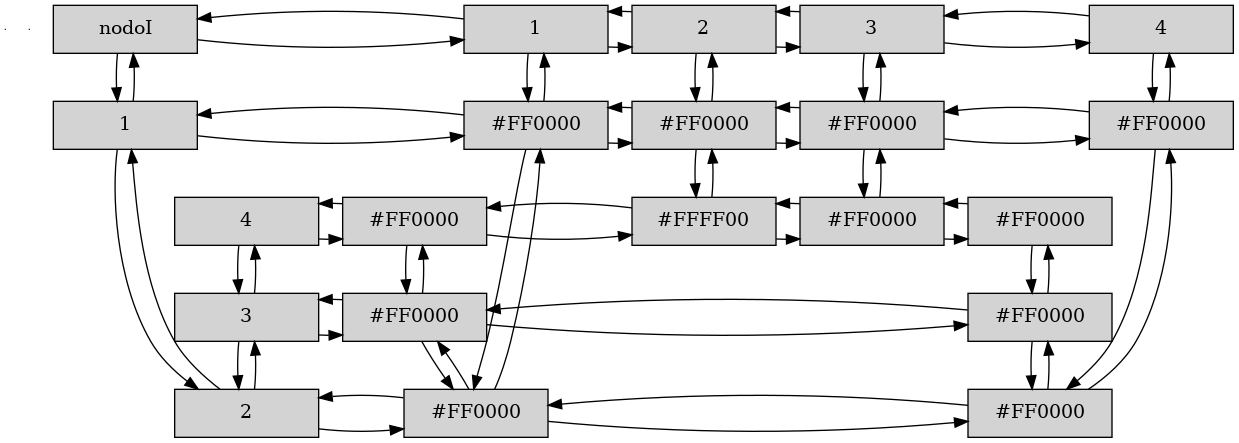
froi0409/GeneradorImagenes keeps this Graphviz diagram as GeneradorFiguras/CapaSolicitada.png. Above is the earlier version. Its source is kept beside it as GeneradorFiguras/CapaSolicitada.dot.
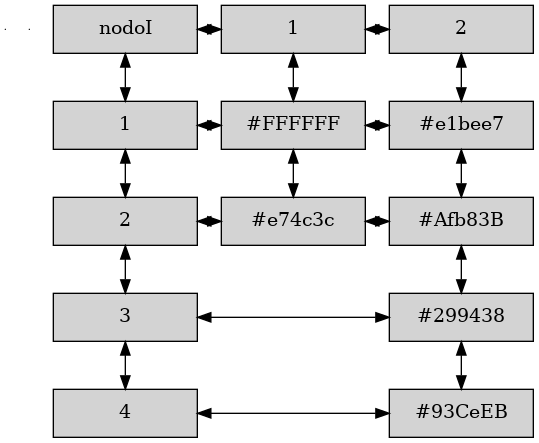
The same diagram one commit later.

Change to the diagram source:
```diff
@@ -1,5 +1,6 @@
 digraph matriz {
 node [shape = box]
+edge [dir = both]
 e0[ shape = point, width = 0 ];
 e1[ shape = point, width = 0 ];
 subgraph cluster_1 {
@@ -12,99 +13,31 @@
 }
 subgraph cluster_2 {
 nodo1o0 [ label ="1", width = 1.5, style = filled, group = 2 ];
-nodo1o1 [ label ="#FF0000", width = 1.5, style = filled, group = 2 ];
-nodo1o2 [ label ="#FF0000", width = 1.5, style = filled, group = 2 ];
-nodo1o3 [ label ="#FF0000", width = 1.5, style = filled, group = 2 ];
-nodo1o4 [ label ="#FF0000", width = 1.5, style = filled, group = 2 ];
+nodo1o1 [ label ="#FFFFFF", width = 1.5, style = filled, group = 2 ];
+nodo1o2 [ label ="#e74c3c", width = 1.5, style = filled, group = 2 ];
 color="White";
 }
 subgraph cluster_3 {
 nodo2o0 [ label ="2", width = 1.5, style = filled, group = 3 ];
-nodo2o1 [ label ="#FF0000", width = 1.5, style = filled, group = 3 ];
-nodo2o4 [ label ="#FFFF00", width = 1.5, style = filled, group = 3 ];
+nodo2o1 [ label ="#e1bee7", width = 1.5, style = filled, group = 3 ];
+nodo2o2 [ label ="#Afb83B", width = 1.5, style = filled, group = 3 ];
+nodo2o3 [ label ="#299438", width = 1.5, style = filled, group = 3 ];
+nodo2o4 [ label ="#93CeEB", width = 1.5, style = filled, group = 3 ];
 color="White";
 }
-subgraph cluster_4 {
-nodo3o0 [ label ="3", width = 1.5, style = filled, group = 4 ];
-nodo3o1 [ label ="#FF0000", width = 1.5, style = filled, group = 4 ];
-nodo3o4 [ label ="#FF0000", width = 1.5, style = filled, group = 4 ];
-color="White";
+nodo0o0->nodo0o1
+nodo1o0->nodo1o1
+nodo2o0->nodo2o1
+rank = same { nodo0o0->nodo1o0->nodo2o0 };
+nodo0o1->nodo0o2
+nodo1o1->nodo1o2
+nodo2o1->nodo2o2
+rank = same { nodo0o1->nodo1o1->nodo2o1 };
+nodo0o2->nodo0o3
+nodo2o2->nodo2o3
+rank = same { nodo0o2->nodo1o2->nodo2o2 };
+nodo0o3->nodo0o4
+nodo2o3->nodo2o4
+rank = same { nodo0o3->nodo2o3 };
+rank = same { nodo0o4->nodo2o4 };
 }
-subgraph cluster_5 {
-nodo4o0 [ label ="4", width = 1.5, style = filled, group = 5 ];
-nodo4o1 [ label ="#FF0000", width = 1.5, style = filled, group = 5 ];
-nodo4o2 [ label ="#FF0000", width = 1.5, style = filled, group = 5 ];
-nodo4o3 [ label ="#FF0000", width = 1.5, style = filled, group = 5 ];
-nodo4o4 [ label ="#FF0000", width = 1.5, style = filled, group = 5 ];
-color="White";
-}
-nodo0o0->nodo1o0
-nodo0o0->nodo0o1
-nodo1o0->nodo0o0
-nodo1o0->nodo2o0
-nodo1o0->nodo1o1
-nodo2o0->nodo1o0
-nodo2o0->nodo3o0
-nodo2o0->nodo2o1
-nodo3o0->nodo2o0
-nodo3o0->nodo4o0
-nodo3o0->nodo3o1
-nodo4o0->nodo3o0
-nodo4o0->nodo4o1
-{ rank = same; nodo0o0; nodo1o0; nodo2o0; nodo3o0; nodo4o0;  };
-nodo0o1->nodo0o0
-nodo0o1->nodo1o1
-nodo0o1->nodo0o2
-nodo1o1->nodo0o1
-nodo1o1->nodo1o0
-nodo1o1->nodo2o1
-nodo1o1->nodo1o2
-nodo2o1->nodo1o1
-nodo2o1->nodo2o0
-nodo2o1->nodo3o1
-nodo2o1->nodo2o4
-nodo3o1->nodo2o1
-nodo3o1->nodo3o0
-nodo3o1->nodo4o1
-nodo3o1->nodo3o4
-nodo4o1->nodo3o1
-nodo4o1->nodo4o0
-nodo4o1->nodo4o2
-{ rank = same; nodo0o1; nodo1o1; nodo2o1; nodo3o1; nodo4o1;  };
-nodo0o2->nodo0o1
-nodo0o2->nodo1o2
-nodo0o2->nodo0o3
-nodo1o2->nodo0o2
-nodo1o2->nodo1o1
-nodo1o2->nodo4o2
-nodo1o2->nodo1o3
-nodo4o2->nodo1o2
-nodo4o2->nodo4o1
-nodo4o2->nodo4o3
-{ rank = same; nodo0o2; nodo1o2; nodo4o2;  };
-nodo0o3->nodo0o2
-nodo0o3->nodo1o3
-nodo0o3->nodo0o4
-nodo1o3->nodo0o3
-nodo1o3->nodo1o2
-nodo1o3->nodo4o3
-nodo1o3->nodo1o4
-nodo4o3->nodo1o3
-nodo4o3->nodo4o2
-nodo4o3->nodo4o4
-{ rank = same; nodo0o3; nodo1o3; nodo4o3;  };
-nodo0o4->nodo0o3
-nodo0o4->nodo1o4
-nodo1o4->nodo0o4
-nodo1o4->nodo1o3
-nodo1o4->nodo2o4
-nodo2o4->nodo1o4
-nodo2o4->nodo2o1
-nodo2o4->nodo3o4
-nodo3o4->nodo2o4
-nodo3o4->nodo3o1
-nodo3o4->nodo4o4
-nodo4o4->nodo3o4
-nodo4o4->nodo4o3
-{ rank = same; nodo0o4; nodo1o4; nodo2o4; nodo3o4; nodo4o4;  };
-}
```
